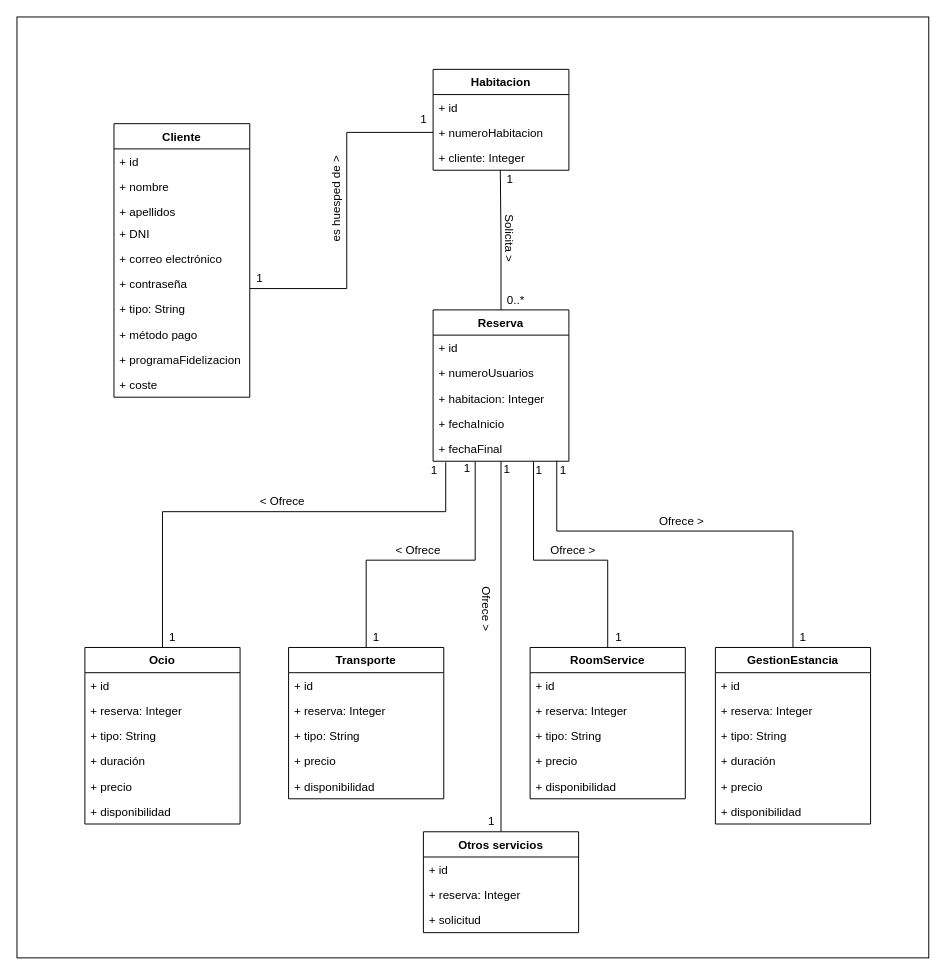
Before: Diagrams/Modelo_datos_Concierge.drawio in javierMorales9/ISST-Grupo02-Conc, a draw.io diagram. Source tidied: cells renumbered, new cells numbered last; positions are measured from the earlier drawing's top-left corner, leaving out a move shared by most shapes. Both pictures are drawn from the tidied source at 97%, with x=0, y=0 at pixel (16, 16).
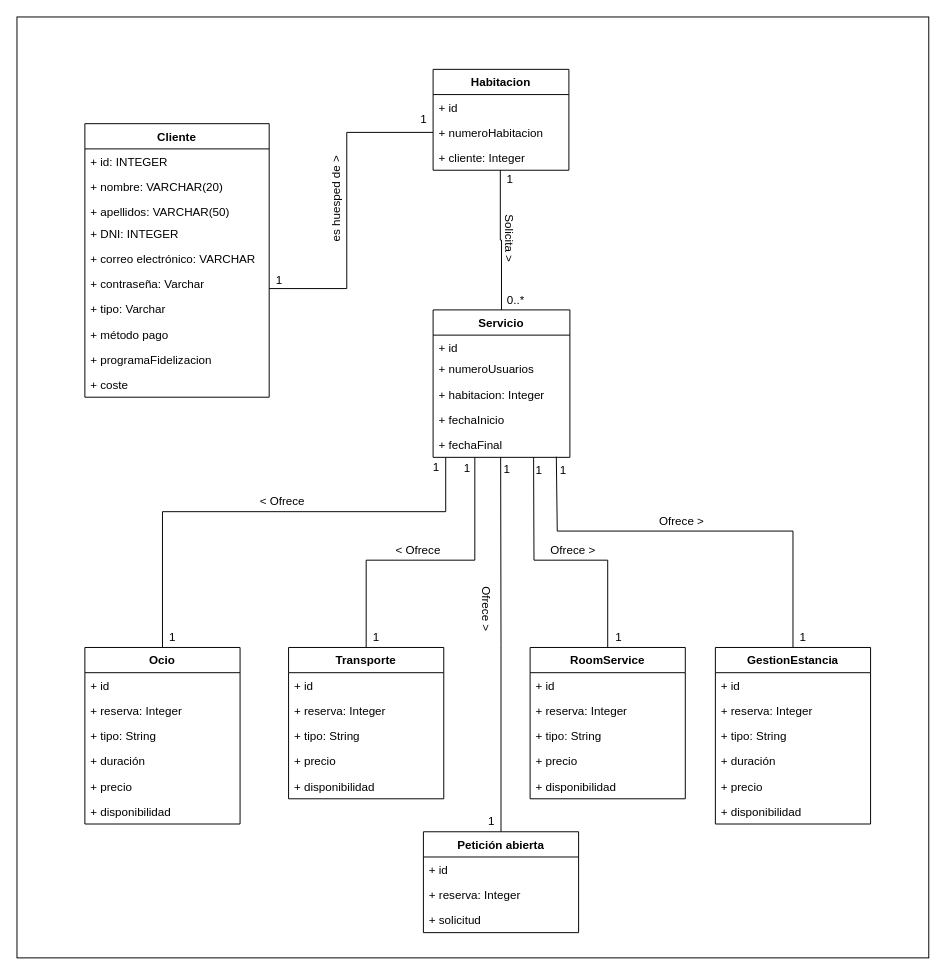
Above is the later version.

Unchanged cells that the change refers to:
```xml
<mxCell id="30" value="Transporte" style="swimlane;fontStyle=1;align=center;verticalAlign=top;horizontal=1;startSize=26;" parent="1" vertex="1">
  <mxGeometry x="280" y="650" width="160" height="156" as="geometry" />
</mxCell>
<mxCell id="36" value="Ocio" style="swimlane;fontStyle=1;align=center;verticalAlign=top;horizontal=1;startSize=26;" parent="1" vertex="1">
  <mxGeometry x="70" y="650" width="160" height="182" as="geometry" />
</mxCell>
<mxCell id="51" value="GestionEstancia" style="swimlane;fontStyle=1;align=center;verticalAlign=top;horizontal=1;startSize=26;" parent="1" vertex="1">
  <mxGeometry x="720" y="650" width="160" height="182" as="geometry" />
</mxCell>
<mxCell id="58" value="RoomService" style="swimlane;fontStyle=1;align=center;verticalAlign=top;horizontal=1;startSize=26;" parent="1" vertex="1">
  <mxGeometry x="529" y="650" width="160" height="156" as="geometry" />
</mxCell>
```

Diff of the diagram source:
```diff
@@
     <mxCell id="4" value="Cliente" style="swimlane;fontStyle=1;horizontal=1;startSize=26;fillColor=none;" parent="1" vertex="1">
-      <mxGeometry x="100" y="110" width="140" height="282" as="geometry" />
+      <mxGeometry x="70" y="110" width="190" height="282" as="geometry" />
     </mxCell>
-    <mxCell id="5" value="+ id" style="text;strokeColor=none;fillColor=none;align=left;verticalAlign=top;spacingLeft=4;spacingRight=4;overflow=hidden;" parent="4" vertex="1">
-      <mxGeometry y="26" width="140" height="26" as="geometry" />
+    <mxCell id="5" value="+ id: INTEGER" style="text;strokeColor=none;fillColor=none;align=left;verticalAlign=top;spacingLeft=4;spacingRight=4;overflow=hidden;" parent="4" vertex="1">
+      <mxGeometry y="26" width="190" height="26" as="geometry" />
     </mxCell>
-    <mxCell id="6" value="+ nombre" style="text;strokeColor=none;fillColor=none;align=left;verticalAlign=top;spacingLeft=4;spacingRight=4;overflow=hidden;" parent="4" vertex="1">
-      <mxGeometry y="52" width="140" height="26" as="geometry" />
+    <mxCell id="6" value="+ nombre: VARCHAR(20)" style="text;strokeColor=none;fillColor=none;align=left;verticalAlign=top;spacingLeft=4;spacingRight=4;overflow=hidden;" parent="4" vertex="1">
+      <mxGeometry y="52" width="190" height="26" as="geometry" />
     </mxCell>
-    <mxCell id="7" value="+ apellidos" style="text;strokeColor=none;fillColor=none;align=left;verticalAlign=top;spacingLeft=4;spacingRight=4;overflow=hidden;" parent="4" vertex="1">
-      <mxGeometry y="78" width="140" height="22" as="geometry" />
+    <mxCell id="7" value="+ apellidos: VARCHAR(50)" style="text;strokeColor=none;fillColor=none;align=left;verticalAlign=top;spacingLeft=4;spacingRight=4;overflow=hidden;" parent="4" vertex="1">
+      <mxGeometry y="78" width="190" height="22" as="geometry" />
     </mxCell>
-    <mxCell id="8" value="+ DNI" style="text;strokeColor=none;fillColor=none;align=left;verticalAlign=top;spacingLeft=4;spacingRight=4;overflow=hidden;" parent="4" vertex="1">
-      <mxGeometry y="100" width="140" height="26" as="geometry" />
+    <mxCell id="8" value="+ DNI: INTEGER" style="text;strokeColor=none;fillColor=none;align=left;verticalAlign=top;spacingLeft=4;spacingRight=4;overflow=hidden;" parent="4" vertex="1">
+      <mxGeometry y="100" width="190" height="26" as="geometry" />
     </mxCell>
-    <mxCell id="9" value="+ correo electrónico" style="text;strokeColor=none;fillColor=none;align=left;verticalAlign=top;spacingLeft=4;spacingRight=4;overflow=hidden;" parent="4" vertex="1">
-      <mxGeometry y="126" width="140" height="26" as="geometry" />
+    <mxCell id="9" value="+ correo electrónico: VARCHAR" style="text;strokeColor=none;fillColor=none;align=left;verticalAlign=top;spacingLeft=4;spacingRight=4;overflow=hidden;" parent="4" vertex="1">
+      <mxGeometry y="126" width="190" height="26" as="geometry" />
     </mxCell>
-    <mxCell id="10" value="+ contraseña" style="text;strokeColor=none;fillColor=none;align=left;verticalAlign=top;spacingLeft=4;spacingRight=4;overflow=hidden;" parent="4" vertex="1">
-      <mxGeometry y="152" width="140" height="26" as="geometry" />
+    <mxCell id="10" value="+ contraseña: Varchar" style="text;strokeColor=none;fillColor=none;align=left;verticalAlign=top;spacingLeft=4;spacingRight=4;overflow=hidden;" parent="4" vertex="1">
+      <mxGeometry y="152" width="190" height="26" as="geometry" />
     </mxCell>
-    <mxCell id="11" value="+ tipo: String" style="text;strokeColor=none;fillColor=none;align=left;verticalAlign=top;spacingLeft=4;spacingRight=4;overflow=hidden;" parent="4" vertex="1">
-      <mxGeometry y="178" width="140" height="26" as="geometry" />
+    <mxCell id="11" value="+ tipo: Varchar" style="text;strokeColor=none;fillColor=none;align=left;verticalAlign=top;spacingLeft=4;spacingRight=4;overflow=hidden;" parent="4" vertex="1">
+      <mxGeometry y="178" width="190" height="26" as="geometry" />
     </mxCell>
     <mxCell id="12" value="+ método pago" style="text;strokeColor=none;fillColor=none;align=left;verticalAlign=top;spacingLeft=4;spacingRight=4;overflow=hidden;" parent="4" vertex="1">
-      <mxGeometry y="204" width="140" height="26" as="geometry" />
+      <mxGeometry y="204" width="190" height="26" as="geometry" />
     </mxCell>
     <mxCell id="13" value="+ programaFidelizacion" style="text;strokeColor=none;fillColor=none;align=left;verticalAlign=top;spacingLeft=4;spacingRight=4;overflow=hidden;" parent="4" vertex="1">
-      <mxGeometry y="230" width="140" height="26" as="geometry" />
+      <mxGeometry y="230" width="190" height="26" as="geometry" />
     </mxCell>
     <mxCell id="14" value="+ coste" style="text;strokeColor=none;fillColor=none;align=left;verticalAlign=top;spacingLeft=4;spacingRight=4;overflow=hidden;" parent="4" vertex="1">
-      <mxGeometry y="256" width="140" height="26" as="geometry" />
+      <mxGeometry y="256" width="190" height="26" as="geometry" />
     </mxCell>
@@
-    <mxCell id="16" value="Reserva" style="swimlane;fontStyle=1;horizontal=1;startSize=26;fillColor=none;" parent="1" vertex="1">
-      <mxGeometry x="429" y="302" width="140" height="156" as="geometry" />
+    <mxCell id="16" value="Servicio" style="swimlane;fontStyle=1;horizontal=1;startSize=26;fillColor=none;" parent="1" vertex="1">
+      <mxGeometry x="429" y="302" width="141" height="152" as="geometry" />
     </mxCell>
     <mxCell id="17" value="+ id" style="text;strokeColor=none;fillColor=none;align=left;verticalAlign=top;spacingLeft=4;spacingRight=4;overflow=hidden;" parent="16" vertex="1">
-      <mxGeometry y="26" width="140" height="26" as="geometry" />
+      <mxGeometry y="26" width="141" height="22" as="geometry" />
     </mxCell>
     <mxCell id="18" value="+ numeroUsuarios" style="text;strokeColor=none;fillColor=none;align=left;verticalAlign=top;spacingLeft=4;spacingRight=4;overflow=hidden;" parent="16" vertex="1">
-      <mxGeometry y="52" width="140" height="26" as="geometry" />
+      <mxGeometry y="48" width="141" height="26" as="geometry" />
     </mxCell>
     <mxCell id="19" value="+ habitacion: Integer" style="text;strokeColor=none;fillColor=none;align=left;verticalAlign=top;spacingLeft=4;spacingRight=4;overflow=hidden;" parent="16" vertex="1">
-      <mxGeometry y="78" width="140" height="26" as="geometry" />
+      <mxGeometry y="74" width="141" height="26" as="geometry" />
     </mxCell>
     <mxCell id="20" value="+ fechaInicio" style="text;strokeColor=none;fillColor=none;align=left;verticalAlign=top;spacingLeft=4;spacingRight=4;overflow=hidden;" parent="16" vertex="1">
-      <mxGeometry y="104" width="140" height="26" as="geometry" />
+      <mxGeometry y="100" width="141" height="26" as="geometry" />
     </mxCell>
     <mxCell id="21" value="+ fechaFinal" style="text;strokeColor=none;fillColor=none;align=left;verticalAlign=top;spacingLeft=4;spacingRight=4;overflow=hidden;points=[[0,0.5],[1,0.5]];portConstraint=eastwest;" parent="16" vertex="1">
-      <mxGeometry y="130" width="140" height="26" as="geometry" />
+      <mxGeometry y="126" width="141" height="26" as="geometry" />
     </mxCell>
-    <mxCell id="22" style="edgeStyle=orthogonalEdgeStyle;rounded=0;jettySize=auto;html=1;endArrow=none;endFill=0;exitX=0.093;exitY=1.038;exitDx=0;exitDy=0;exitPerimeter=0;" parent="1" edge="1" target="36">
+    <mxCell id="22" style="edgeStyle=orthogonalEdgeStyle;rounded=0;jettySize=auto;html=1;endArrow=none;endFill=0;" parent="1" edge="1" target="36">
       <mxGeometry relative="1" as="geometry">
-        <mxPoint x="442" y="459" as="sourcePoint" />
+        <mxPoint x="442" y="454" as="sourcePoint" />
         <Array as="points">
+          <mxPoint x="442" y="454" />
           <mxPoint x="442" y="510" />
           <mxPoint x="150" y="510" />
         </Array>
       </mxGeometry>
     </mxCell>
-    <mxCell id="23" style="edgeStyle=orthogonalEdgeStyle;rounded=0;jettySize=auto;html=1;entryX=0.5;entryY=0;entryDx=0;entryDy=0;endArrow=none;endFill=0;exitX=0.31;exitY=1.016;exitDx=0;exitDy=0;exitPerimeter=0;" parent="1" edge="1" target="30">
+    <mxCell id="23" style="edgeStyle=orthogonalEdgeStyle;rounded=0;jettySize=auto;html=1;entryX=0.5;entryY=0;entryDx=0;entryDy=0;endArrow=none;endFill=0;" parent="1" edge="1" source="21" target="30">
       <mxGeometry relative="1" as="geometry">
-        <mxPoint x="472.4" y="458.4" as="sourcePoint" />
         <Array as="points">
           <mxPoint x="472" y="560" />
           <mxPoint x="360" y="560" />
         </Array>
       </mxGeometry>
     </mxCell>
-    <mxCell id="24" style="edgeStyle=orthogonalEdgeStyle;rounded=0;jettySize=auto;html=1;entryX=0.5;entryY=0;entryDx=0;entryDy=0;endArrow=none;endFill=0;exitX=0.739;exitY=1.008;exitDx=0;exitDy=0;exitPerimeter=0;" parent="1" edge="1" target="58">
+    <mxCell id="24" style="edgeStyle=orthogonalEdgeStyle;rounded=0;jettySize=auto;html=1;entryX=0.5;entryY=0;entryDx=0;entryDy=0;endArrow=none;endFill=0;exitX=0.735;exitY=0.992;exitDx=0;exitDy=0;exitPerimeter=0;" parent="1" edge="1" source="21" target="58">
       <mxGeometry relative="1" as="geometry">
-        <mxPoint x="532.5" y="458.2" as="sourcePoint" />
         <Array as="points">
-          <mxPoint x="532" y="560" />
+          <mxPoint x="533" y="456" />
+          <mxPoint x="533" y="456" />
+          <mxPoint x="533" y="560" />
           <mxPoint x="609" y="560" />
         </Array>
       </mxGeometry>
     </mxCell>
-    <mxCell id="25" style="edgeStyle=orthogonalEdgeStyle;rounded=0;jettySize=auto;html=1;entryX=0.5;entryY=0;entryDx=0;entryDy=0;endArrow=none;endFill=0;exitX=0.911;exitY=0.981;exitDx=0;exitDy=0;exitPerimeter=0;" parent="1" edge="1" target="51">
+    <mxCell id="25" style="edgeStyle=orthogonalEdgeStyle;rounded=0;jettySize=auto;html=1;entryX=0.5;entryY=0;entryDx=0;entryDy=0;endArrow=none;endFill=0;exitX=0.901;exitY=0.974;exitDx=0;exitDy=0;exitPerimeter=0;" parent="1" edge="1" source="21" target="51">
       <mxGeometry relative="1" as="geometry">
-        <mxPoint x="556.5" y="457.5" as="sourcePoint" />
         <Array as="points">
+          <mxPoint x="557" y="453" />
           <mxPoint x="557" y="530" />
           <mxPoint x="800" y="530" />
         </Array>
       </mxGeometry>
     </mxCell>
@@
     <mxCell id="28" value="1" style="text;html=1;align=center;verticalAlign=middle;" parent="1" vertex="1">
-      <mxGeometry x="240" y="260" width="20" height="20" as="geometry" />
+      <mxGeometry x="260" y="262" width="20" height="20" as="geometry" />
     </mxCell>
@@
     <mxCell id="43" value="1" style="text;html=1;align=center;verticalAlign=middle;" parent="1" vertex="1">
-      <mxGeometry x="420" y="458" width="20" height="20" as="geometry" />
+      <mxGeometry x="422" y="455" width="20" height="20" as="geometry" />
     </mxCell>
@@
-    <mxCell id="64" style="edgeStyle=orthogonalEdgeStyle;rounded=0;jettySize=auto;html=1;endArrow=none;endFill=0;entryX=0.5;entryY=1;entryDx=0;entryDy=0;" parent="1" edge="1" source="65">
-      <mxGeometry relative="1" as="geometry">
-        <mxPoint x="499" y="458" as="targetPoint" />
-      </mxGeometry>
+    <mxCell id="64" style="edgeStyle=orthogonalEdgeStyle;rounded=0;jettySize=auto;html=1;endArrow=none;endFill=0;entryX=0.494;entryY=0.986;entryDx=0;entryDy=0;entryPerimeter=0;" parent="1" edge="1" source="65" target="21">
+      <mxGeometry relative="1" as="geometry" />
     </mxCell>
-    <mxCell id="65" value="Otros servicios" style="swimlane;fontStyle=1;align=center;verticalAlign=top;horizontal=1;startSize=26;" parent="1" vertex="1">
+    <mxCell id="65" value="Petición abierta" style="swimlane;fontStyle=1;align=center;verticalAlign=top;horizontal=1;startSize=26;" parent="1" vertex="1">
       <mxGeometry x="419" y="840" width="160" height="104" as="geometry" />
     </mxCell>
```
